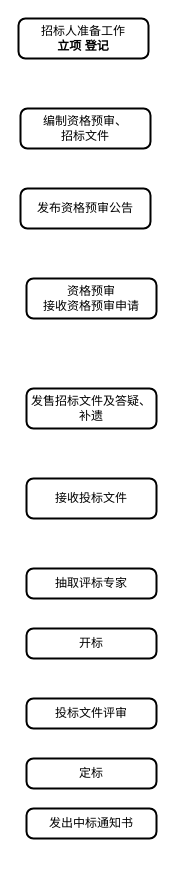
Before: 招投标流程.drawio in quanqiang-li/draw, a draw.io diagram. Source tidied: cells renumbered, new cells numbered last; positions are measured from the earlier drawing's top-left corner, leaving out a move shared by most shapes. Both pictures are drawn from the tidied source at 100%, with x=0, y=0 at pixel (18, 18).
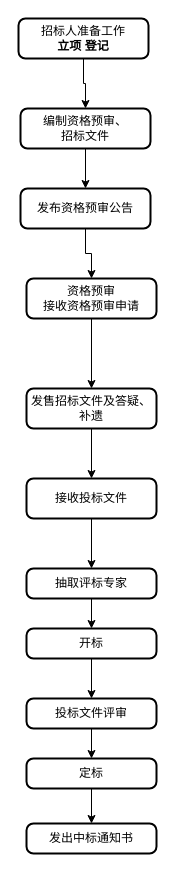
The same diagram, later.

Commit message:
更新招投标流程.drawio

Unchanged cells that the change refers to:
```xml
<mxCell id="2" value="&lt;span&gt;招标人准备工作&lt;br&gt;&lt;/span&gt;&lt;strong&gt;立项 登记&lt;/strong&gt;&lt;span&gt;&lt;br&gt;&lt;/span&gt;" style="rounded=1;whiteSpace=wrap;html=1;absoluteArcSize=1;arcSize=14;strokeWidth=2;" parent="1" vertex="1">
  <mxGeometry width="130" height="40" as="geometry" />
</mxCell>
<mxCell id="3" value="&lt;span&gt;编制资格预审、&lt;br&gt;招标文件&lt;/span&gt;&lt;span&gt;&lt;br&gt;&lt;/span&gt;" style="rounded=1;whiteSpace=wrap;html=1;absoluteArcSize=1;arcSize=14;strokeWidth=2;" parent="1" vertex="1">
  <mxGeometry x="2" y="90" width="130" height="40" as="geometry" />
</mxCell>
<mxCell id="4" value="&lt;span&gt;发布资格预审公告&lt;/span&gt;&lt;span&gt;&lt;br&gt;&lt;/span&gt;" style="rounded=1;whiteSpace=wrap;html=1;absoluteArcSize=1;arcSize=14;strokeWidth=2;" parent="1" vertex="1">
  <mxGeometry x="2" y="170" width="130" height="40" as="geometry" />
</mxCell>
<mxCell id="5" value="&lt;span&gt;资格预审&lt;br&gt;&lt;/span&gt;&lt;span&gt;接收资格预审申请&lt;br&gt;&lt;/span&gt;" style="rounded=1;whiteSpace=wrap;html=1;absoluteArcSize=1;arcSize=14;strokeWidth=2;" parent="1" vertex="1">
  <mxGeometry x="8" y="260" width="130" height="40" as="geometry" />
</mxCell>
<mxCell id="6" value="&lt;span&gt;发售招标文件及答疑、补遗&lt;/span&gt;&lt;span&gt;&lt;br&gt;&lt;/span&gt;" style="rounded=1;whiteSpace=wrap;html=1;absoluteArcSize=1;arcSize=14;strokeWidth=2;" parent="1" vertex="1">
  <mxGeometry x="8" y="370" width="130" height="40" as="geometry" />
</mxCell>
<mxCell id="7" value="&lt;span&gt;接收投标文件&lt;/span&gt;&lt;span&gt;&lt;br&gt;&lt;/span&gt;" style="rounded=1;whiteSpace=wrap;html=1;absoluteArcSize=1;arcSize=14;strokeWidth=2;" parent="1" vertex="1">
  <mxGeometry x="8" y="460" width="130" height="40" as="geometry" />
</mxCell>
<mxCell id="8" value="&lt;span&gt;抽取评标专家&lt;/span&gt;&lt;span&gt;&lt;br&gt;&lt;/span&gt;" style="rounded=1;whiteSpace=wrap;html=1;absoluteArcSize=1;arcSize=14;strokeWidth=2;" parent="1" vertex="1">
  <mxGeometry x="8" y="550" width="130" height="30" as="geometry" />
</mxCell>
<mxCell id="9" value="&lt;span&gt;开标&lt;/span&gt;&lt;span&gt;&lt;br&gt;&lt;/span&gt;" style="rounded=1;whiteSpace=wrap;html=1;absoluteArcSize=1;arcSize=14;strokeWidth=2;" parent="1" vertex="1">
  <mxGeometry x="8" y="610" width="130" height="30" as="geometry" />
</mxCell>
<mxCell id="10" value="&lt;span&gt;投标文件评审&lt;/span&gt;&lt;span&gt;&lt;br&gt;&lt;/span&gt;" style="rounded=1;whiteSpace=wrap;html=1;absoluteArcSize=1;arcSize=14;strokeWidth=2;" parent="1" vertex="1">
  <mxGeometry x="8" y="680" width="130" height="30" as="geometry" />
</mxCell>
<mxCell id="11" value="&lt;span&gt;定标&lt;/span&gt;&lt;span&gt;&lt;br&gt;&lt;/span&gt;" style="rounded=1;whiteSpace=wrap;html=1;absoluteArcSize=1;arcSize=14;strokeWidth=2;" parent="1" vertex="1">
  <mxGeometry x="8" y="740" width="130" height="30" as="geometry" />
</mxCell>
```

Diff of the diagram source:
```diff
@@
+    <mxCell id="13" style="edgeStyle=orthogonalEdgeStyle;rounded=0;jettySize=auto;html=1;" parent="1" edge="1" source="2" target="3">
+      <mxGeometry relative="1" as="geometry" />
+    </mxCell>
@@
+    <mxCell id="14" style="edgeStyle=orthogonalEdgeStyle;rounded=0;jettySize=auto;html=1;" parent="1" edge="1" source="3" target="4">
+      <mxGeometry relative="1" as="geometry" />
+    </mxCell>
@@
+    <mxCell id="15" style="edgeStyle=orthogonalEdgeStyle;rounded=0;jettySize=auto;html=1;" parent="1" edge="1" source="4" target="5">
+      <mxGeometry relative="1" as="geometry" />
+    </mxCell>
@@
+    <mxCell id="16" style="edgeStyle=orthogonalEdgeStyle;rounded=0;jettySize=auto;html=1;" parent="1" edge="1" source="5" target="6">
+      <mxGeometry relative="1" as="geometry" />
+    </mxCell>
@@
+    <mxCell id="17" style="edgeStyle=orthogonalEdgeStyle;rounded=0;jettySize=auto;html=1;" parent="1" edge="1" source="6" target="7">
+      <mxGeometry relative="1" as="geometry" />
+    </mxCell>
@@
+    <mxCell id="18" style="edgeStyle=orthogonalEdgeStyle;rounded=0;jettySize=auto;html=1;" parent="1" edge="1" source="7" target="8">
+      <mxGeometry relative="1" as="geometry" />
+    </mxCell>
@@
+    <mxCell id="19" style="edgeStyle=orthogonalEdgeStyle;rounded=0;jettySize=auto;html=1;exitX=0.5;exitY=1;exitDx=0;exitDy=0;entryX=0.5;entryY=0;entryDx=0;entryDy=0;" parent="1" edge="1" source="8" target="9">
+      <mxGeometry relative="1" as="geometry" />
+    </mxCell>
@@
+    <mxCell id="20" style="edgeStyle=orthogonalEdgeStyle;rounded=0;jettySize=auto;html=1;entryX=0.5;entryY=0;entryDx=0;entryDy=0;" parent="1" edge="1" source="9" target="10">
+      <mxGeometry relative="1" as="geometry" />
+    </mxCell>
@@
+    <mxCell id="21" style="edgeStyle=orthogonalEdgeStyle;rounded=0;jettySize=auto;html=1;entryX=0.5;entryY=0;entryDx=0;entryDy=0;" parent="1" edge="1" source="10" target="11">
+      <mxGeometry relative="1" as="geometry" />
+    </mxCell>
@@
+    <mxCell id="22" style="edgeStyle=orthogonalEdgeStyle;rounded=0;jettySize=auto;html=1;exitX=0.5;exitY=1;exitDx=0;exitDy=0;entryX=0.5;entryY=0;entryDx=0;entryDy=0;" parent="1" edge="1" source="11" target="12">
+      <mxGeometry relative="1" as="geometry" />
+    </mxCell>
@@
     <mxCell id="12" value="&lt;span&gt;发出中标通知书&lt;/span&gt;&lt;span&gt;&lt;br&gt;&lt;/span&gt;" style="rounded=1;whiteSpace=wrap;html=1;absoluteArcSize=1;arcSize=14;strokeWidth=2;" parent="1" vertex="1">
-      <mxGeometry x="8" y="790" width="130" height="30" as="geometry" />
+      <mxGeometry x="8" y="805" width="130" height="30" as="geometry" />
     </mxCell>
```
